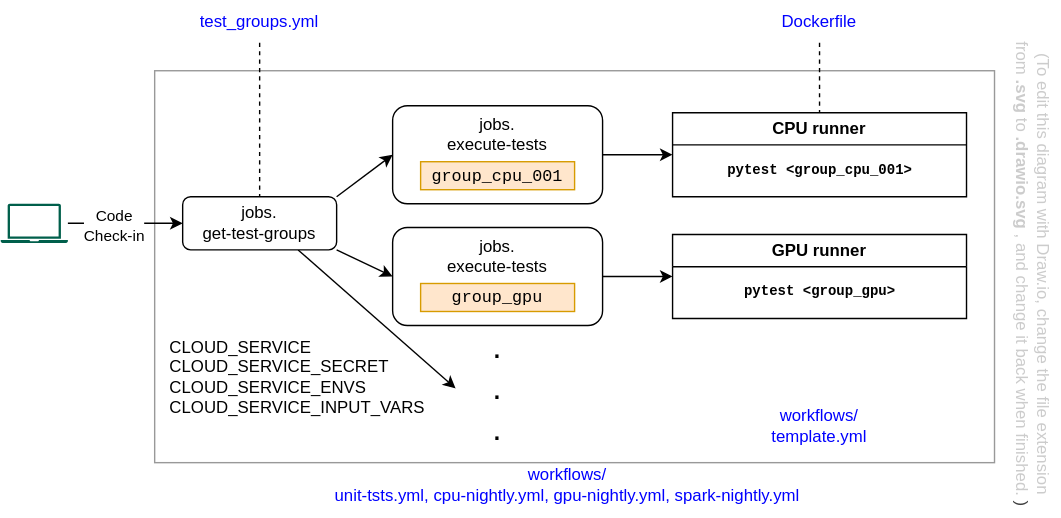
Earlier version of the draw.io export tests/github-actions-tests.svg (recommenders-team/recommenders). Source tidied: cells renumbered, new cells last; positions are measured from the earlier drawing's top-left corner, leaving out a move shared by most shapes.
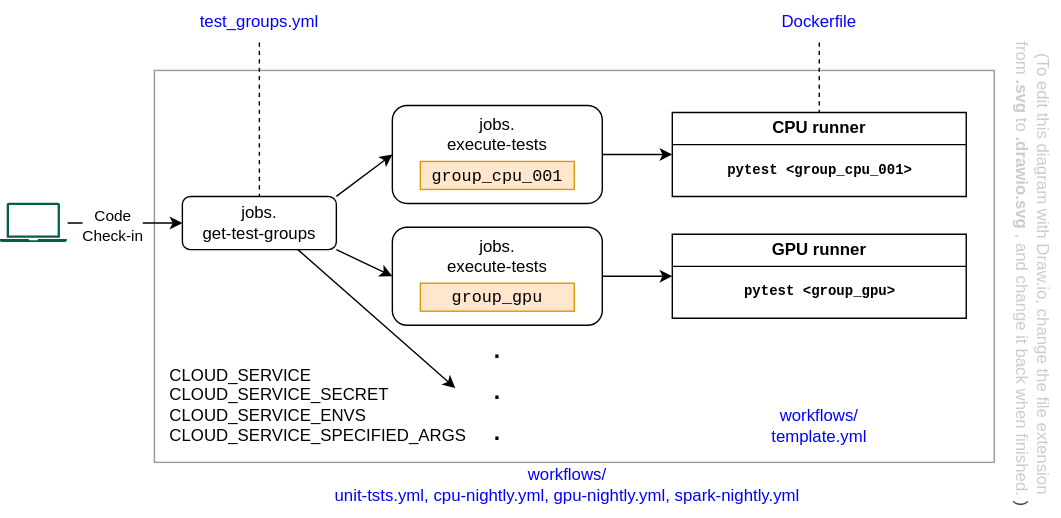
The same file after the commit.

Commit message:
Rename CLOUD_SERVICE_INPUT_VARS to CLOUD_SERVICE_SPECIFIED_ARGS

What changed in the source:
```diff
@@ -86,8 +86,8 @@
     <mxCell id="29" value="&lt;font style=&quot;color: rgb(204, 204, 204);&quot;&gt;(To edit this diagram with Draw.io, change the file extension&lt;/font&gt;&lt;div&gt;&lt;font style=&quot;color: rgb(204, 204, 204);&quot;&gt;from &lt;b&gt;.svg&lt;/b&gt; to &lt;b&gt;.drawio.svg&lt;/b&gt;, and change it back when finished.&lt;span style=&quot;background-color: transparent; color: rgb(63, 63, 63);&quot;&gt;)&lt;/span&gt;&lt;/font&gt;&lt;/div&gt;" style="text;html=1;align=center;verticalAlign=middle;strokeColor=none;fillColor=none;rotation=90;" parent="1" vertex="1">
       <mxGeometry x="563" y="175" width="350" height="40" as="geometry" />
     </mxCell>
-    <mxCell id="30" value="CLOUD_SERVICE&lt;div&gt;CLOUD_SERVICE_SECRET&lt;/div&gt;&lt;div&gt;CLOUD_SERVICE_ENVS&lt;/div&gt;&lt;div style=&quot;&quot;&gt;CLOUD_SERVICE_INPUT_VARS&lt;/div&gt;" style="text;html=1;align=left;verticalAlign=middle;strokeColor=none;fillColor=none;" parent="1" vertex="1">
-      <mxGeometry x="119" y="234" width="210" height="70" as="geometry" />
+    <mxCell id="30" value="CLOUD_SERVICE&lt;div&gt;CLOUD_SERVICE_SECRET&lt;/div&gt;&lt;div&gt;CLOUD_SERVICE_ENVS&lt;/div&gt;&lt;div style=&quot;&quot;&gt;CLOUD_SERVICE_SPECIFIED_ARGS&lt;/div&gt;" style="text;html=1;align=left;verticalAlign=middle;strokeColor=none;fillColor=none;" parent="1" vertex="1">
+      <mxGeometry x="119" y="254" width="240" height="70" as="geometry" />
     </mxCell>
   </root>
 </mxGraphModel>
```
